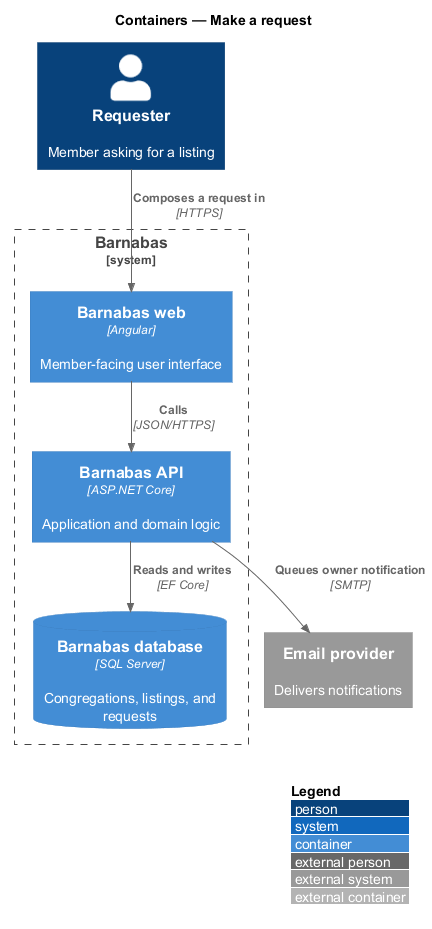
Above: docs/detailed-designs/requests/make-a-request/diagrams/c4-container.png in QuinntyneBrown/Barnabas (PlantUML), before the change. Source of this version:
```plantuml
@startuml
!pragma layout smetana
!include <C4/C4_Container>
LAYOUT_WITH_LEGEND()
title Containers — Make a request

Person(requester, "Requester", "Member asking for a listing")
System_Boundary(barnabas, "Barnabas") {
  Container(spa, "Barnabas web", "Angular", "Member-facing user interface")
  Container(api, "Barnabas API", "ASP.NET Core", "Application and domain logic")
  ContainerDb(db, "Barnabas database", "SQL Server", "Congregations, listings, and requests")
}
System_Ext(email, "Email provider", "Delivers notifications")

Rel(requester, spa, "Composes a request in", "HTTPS")
Rel(spa, api, "Calls", "JSON/HTTPS")
Rel(api, db, "Reads and writes", "EF Core")
Rel(api, email, "Queues owner notification", "SMTP")
@enduml
```
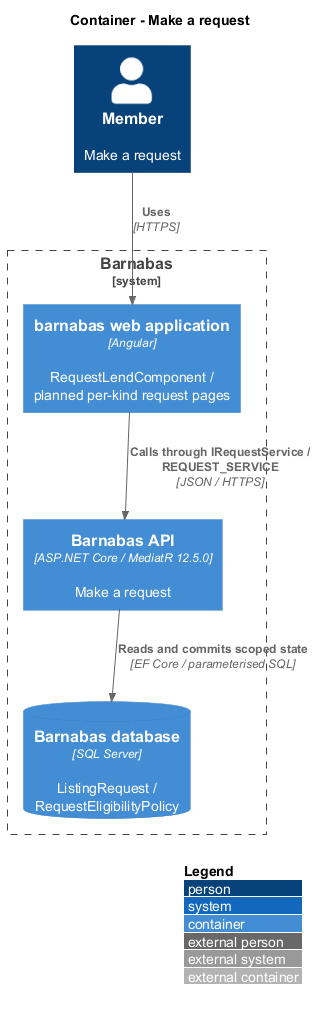
The same file after the commit.

The edit, as a diff of the source:
```diff
@@ -1,19 +1,14 @@
 @startuml
-!pragma layout smetana
 !include <C4/C4_Container>
 LAYOUT_WITH_LEGEND()
-title Containers — Make a request
-
-Person(requester, "Requester", "Member asking for a listing")
+title Container - Make a request
+Person(actor, "Member", "Make a request")
 System_Boundary(barnabas, "Barnabas") {
-  Container(spa, "Barnabas web", "Angular", "Member-facing user interface")
-  Container(api, "Barnabas API", "ASP.NET Core", "Application and domain logic")
-  ContainerDb(db, "Barnabas database", "SQL Server", "Congregations, listings, and requests")
+  Container(web, "barnabas web application", "Angular", "RequestLendComponent / planned per-kind request pages")
+  Container(api, "Barnabas API", "ASP.NET Core / MediatR 12.5.0", "Make a request")
+  ContainerDb(db, "Barnabas database", "SQL Server", "ListingRequest / RequestEligibilityPolicy")
 }
-System_Ext(email, "Email provider", "Delivers notifications")
-
-Rel(requester, spa, "Composes a request in", "HTTPS")
-Rel(spa, api, "Calls", "JSON/HTTPS")
-Rel(api, db, "Reads and writes", "EF Core")
-Rel(api, email, "Queues owner notification", "SMTP")
+Rel(actor, web, "Uses", "HTTPS")
+Rel(web, api, "Calls through IRequestService / REQUEST_SERVICE", "JSON / HTTPS")
+Rel(api, db, "Reads and commits scoped state", "EF Core / parameterised SQL")
 @enduml
```
